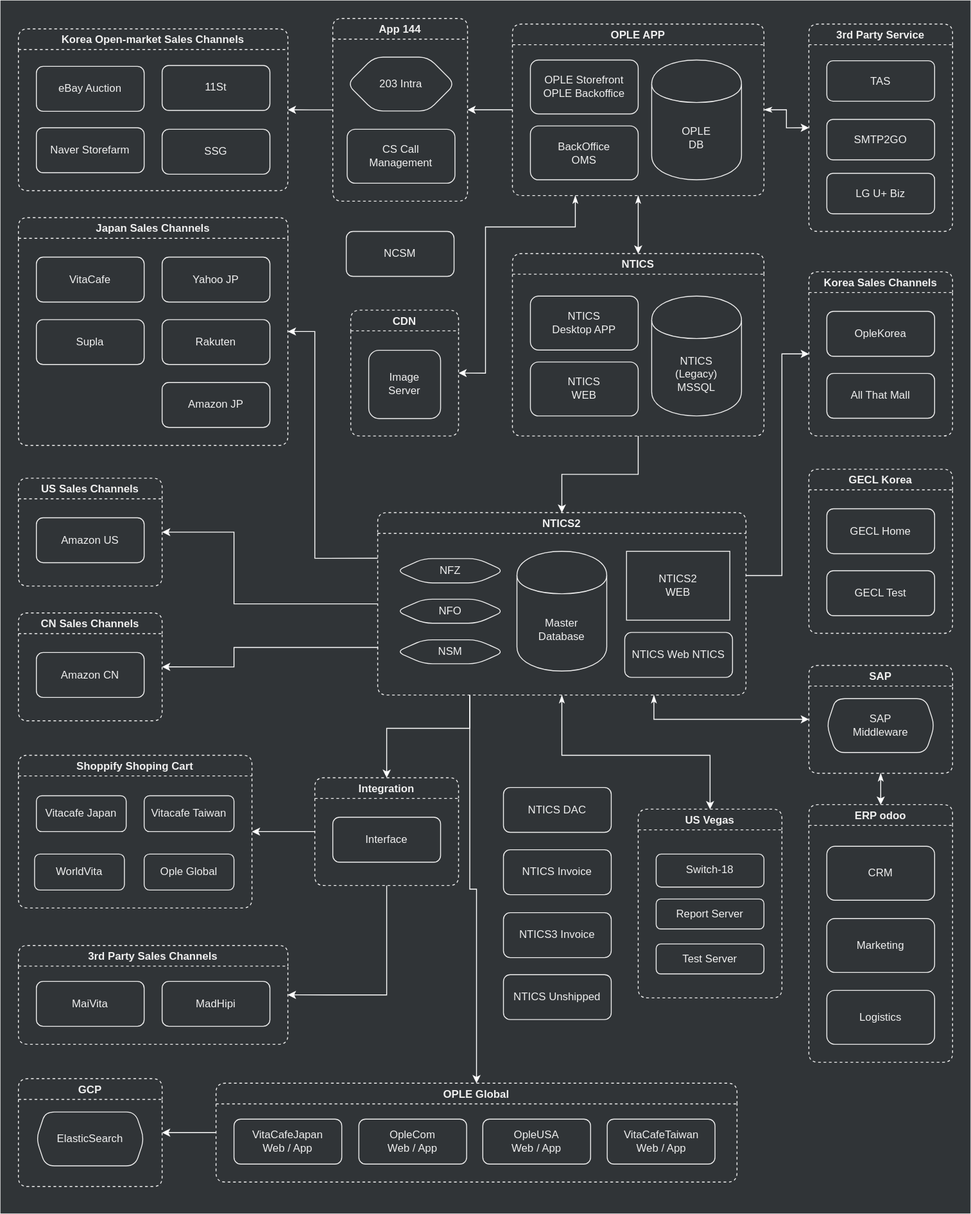
Before: assets/.draw.io/references/infrastructure-diagram.svg, a diagram exported from draw.io (jiholee-ntwglobal/jiholee-ntwglobal.github.io). Source tidied: cells renumbered, new cells last; positions are measured from the earlier drawing's top-left corner, leaving out a move shared by most shapes.
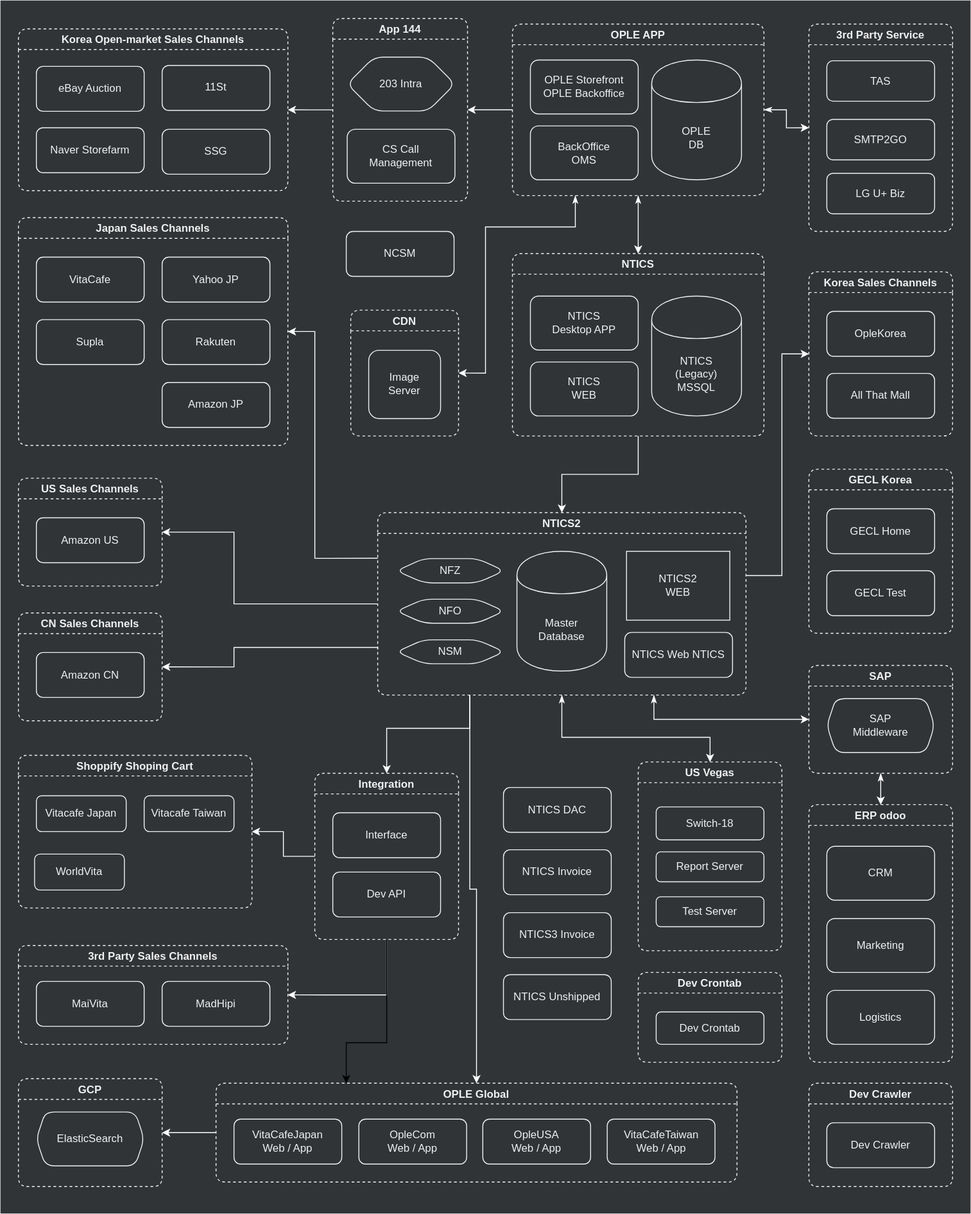
Above is the later version.

What changed in the source:
```diff
@@ -44,9 +44,6 @@
     <mxCell id="15" value="Vitacafe Taiwan" style="rounded=1;whiteSpace=wrap;html=1;fillColor=none;fontColor=#F0F0F0;strokeColor=#F0F0F0;" parent="14" vertex="1">
       <mxGeometry x="140" y="45" width="100" height="40" as="geometry" />
     </mxCell>
-    <mxCell id="16" value="Ople Global" style="rounded=1;whiteSpace=wrap;html=1;fillColor=none;fontColor=#F0F0F0;strokeColor=#F0F0F0;" parent="14" vertex="1">
-      <mxGeometry x="140" y="110" width="100" height="40" as="geometry" />
-    </mxCell>
     <mxCell id="17" value="WorldVita" style="rounded=1;whiteSpace=wrap;html=1;fillColor=none;fontColor=#F0F0F0;strokeColor=#F0F0F0;" parent="14" vertex="1">
       <mxGeometry x="18" y="110" width="100" height="40" as="geometry" />
     </mxCell>
@@ -54,7 +51,7 @@
       <mxGeometry x="20" y="45" width="100" height="40" as="geometry" />
     </mxCell>
     <mxCell id="19" value="US Vegas" style="swimlane;rounded=1;fillColor=none;dashed=1;fontColor=#F0F0F0;strokeColor=#F0F0F0;" parent="1" vertex="1">
-      <mxGeometry x="710" y="900" width="160" height="210" as="geometry" />
+      <mxGeometry x="710" y="847.5" width="160" height="210" as="geometry" />
     </mxCell>
     <mxCell id="20" value="Switch-18" style="rounded=1;whiteSpace=wrap;html=1;fillColor=none;fontColor=#F0F0F0;strokeColor=#F0F0F0;" parent="19" vertex="1">
       <mxGeometry x="20" y="50" width="120" height="36.7" as="geometry" />
@@ -171,8 +168,8 @@
     <mxCell id="48" style="edgeStyle=orthogonalEdgeStyle;rounded=0;jettySize=auto;html=1;entryX=0.5;entryY=0;entryDx=0;entryDy=0;startArrow=classicThin;startFill=1;strokeColor=#FFFFFF;fontColor=#FFFFFF;exitX=0.5;exitY=1;exitDx=0;exitDy=0;" parent="1" edge="1" source="52" target="19">
       <mxGeometry relative="1" as="geometry">
         <Array as="points">
-          <mxPoint x="625" y="840" />
-          <mxPoint x="790" y="840" />
+          <mxPoint x="625" y="820" />
+          <mxPoint x="790" y="820" />
         </Array>
       </mxGeometry>
     </mxCell>
@@ -245,8 +242,16 @@
         </Array>
       </mxGeometry>
     </mxCell>
+    <mxCell id="98" style="edgeStyle=orthogonalEdgeStyle;rounded=0;jettySize=auto;html=1;entryX=0.25;entryY=0;entryDx=0;entryDy=0;" parent="1" edge="1" source="69" target="86">
+      <mxGeometry relative="1" as="geometry">
+        <Array as="points">
+          <mxPoint x="430" y="1160" />
+          <mxPoint x="385" y="1160" />
+        </Array>
+      </mxGeometry>
+    </mxCell>
     <mxCell id="69" value="Integration" style="swimlane;rounded=1;fillColor=none;fontColor=#F0F0F0;strokeColor=#F0F0F0;dashed=1;" parent="1" vertex="1">
-      <mxGeometry x="350" y="865" width="160" height="120" as="geometry" />
+      <mxGeometry x="350" y="860" width="160" height="185" as="geometry" />
     </mxCell>
     <mxCell id="70" value="Interface" style="rounded=1;whiteSpace=wrap;html=1;fillColor=none;fontColor=#F0F0F0;strokeColor=#F0F0F0;" parent="69" vertex="1">
       <mxGeometry x="20" y="44" width="120" height="50" as="geometry" />
@@ -332,5 +337,20 @@
     <mxCell id="97" value="ElasticSearch" style="shape=hexagon;perimeter=hexagonPerimeter2;whiteSpace=wrap;html=1;rounded=1;fillColor=none;fontColor=#F0F0F0;strokeColor=#F0F0F0;size=0.08333333333333333;" parent="96" vertex="1">
       <mxGeometry x="20" y="37" width="120" height="60" as="geometry" />
     </mxCell>
+    <mxCell id="99" value="Dev API" style="rounded=1;whiteSpace=wrap;html=1;fillColor=none;fontColor=#F0F0F0;strokeColor=#F0F0F0;" parent="1" vertex="1">
+      <mxGeometry x="370" y="970" width="120" height="50" as="geometry" />
+    </mxCell>
+    <mxCell id="100" value="Dev Crawler" style="swimlane;rounded=1;fillColor=none;fontColor=#F0F0F0;strokeColor=#F0F0F0;dashed=1;" parent="1" vertex="1">
+      <mxGeometry x="900" y="1205" width="160" height="115" as="geometry" />
+    </mxCell>
+    <mxCell id="101" value="Dev Crawler" style="rounded=1;whiteSpace=wrap;html=1;fillColor=none;fontColor=#F0F0F0;strokeColor=#F0F0F0;" parent="100" vertex="1">
+      <mxGeometry x="20" y="44" width="120" height="50" as="geometry" />
+    </mxCell>
+    <mxCell id="102" value="Dev Crontab" style="swimlane;rounded=1;fillColor=none;fontColor=#F0F0F0;strokeColor=#F0F0F0;dashed=1;" parent="1" vertex="1">
+      <mxGeometry x="710" y="1081.7" width="160" height="100" as="geometry" />
+    </mxCell>
+    <mxCell id="103" value="Dev Crontab" style="rounded=1;whiteSpace=wrap;html=1;fillColor=none;fontColor=#F0F0F0;strokeColor=#F0F0F0;" parent="102" vertex="1">
+      <mxGeometry x="20" y="44" width="120" height="36" as="geometry" />
+    </mxCell>
   </root>
 </mxGraphModel>
```
